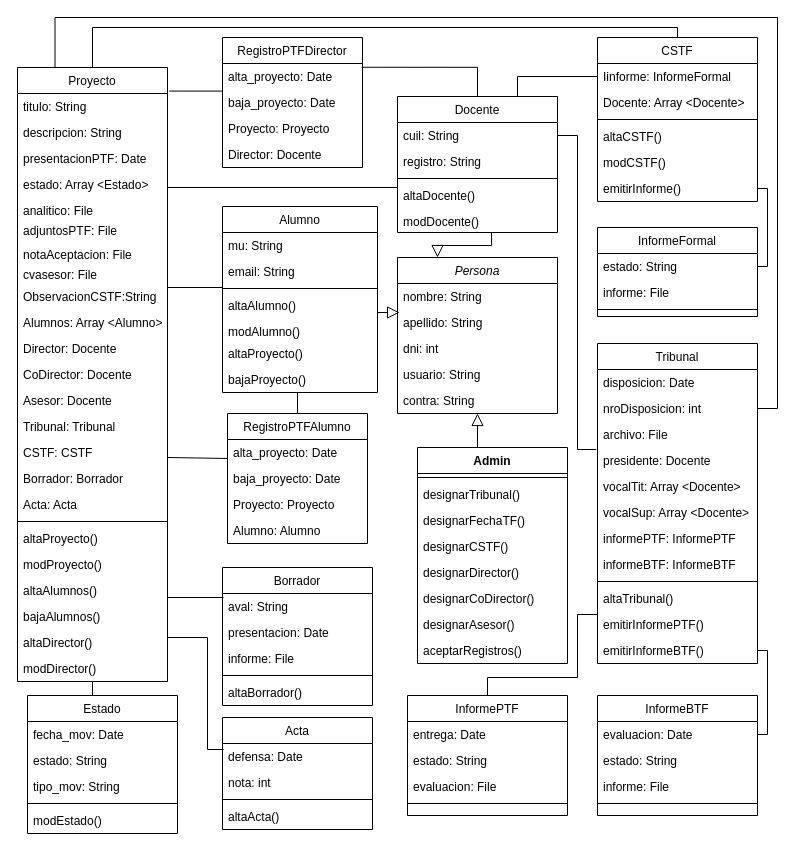
Earlier version of the draw.io diagram Diagrama sin título.drawio (marcosgomezok/LaboratorioP3). Source tidied: cells renumbered, new cells numbered last; positions are measured from the earlier drawing's top-left corner, leaving out a move shared by most shapes. Both pictures are drawn from the tidied source at 100%, with x=0, y=0 at pixel (17, 17).
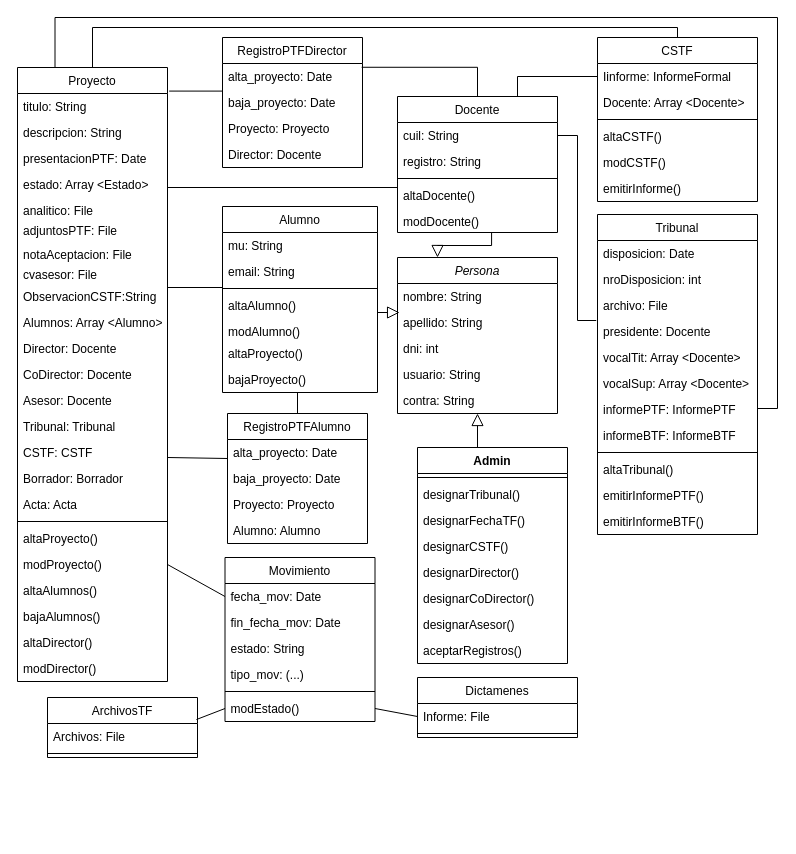
Above is the later version.

Unchanged cells that the change refers to:
```xml
<mxCell id="24" value="Proyecto" style="swimlane;fontStyle=0;align=center;verticalAlign=top;horizontal=1;startSize=26;rounded=0;shadow=0;strokeWidth=1;" parent="1" vertex="1">
  <mxGeometry y="50" width="150" height="614" as="geometry" />
</mxCell>
<mxCell id="44" value="modProyecto()" style="text;align=left;verticalAlign=top;spacingLeft=4;spacingRight=4;overflow=hidden;points=[[0,0.5],[1,0.5]];portConstraint=eastwest;" parent="24" vertex="1">
  <mxGeometry y="484" width="150" height="26" as="geometry" />
</mxCell>
<mxCell id="57" value="emitirInforme()" style="text;align=left;verticalAlign=top;spacingLeft=4;spacingRight=4;overflow=hidden;points=[[0,0.5],[1,0.5]];portConstraint=eastwest;" parent="51" vertex="1">
  <mxGeometry y="138" width="160" height="26" as="geometry" />
</mxCell>
<mxCell id="70" value="emitirInformeBTF()" style="text;align=left;verticalAlign=top;spacingLeft=4;spacingRight=4;overflow=hidden;points=[[0,0.5],[1,0.5]];portConstraint=eastwest;" parent="58" vertex="1">
  <mxGeometry y="294" width="160" height="26" as="geometry" />
</mxCell>
<mxCell id="125" value="fecha_mov: Date" style="text;align=left;verticalAlign=top;spacingLeft=4;spacingRight=4;overflow=hidden;points=[[0,0.5],[1,0.5]];portConstraint=eastwest;" parent="124" vertex="1">
  <mxGeometry y="26" width="150" height="26" as="geometry" />
</mxCell>
```

What changed in the source:
```diff
@@
     <mxCell id="58" value="Tribunal" style="swimlane;fontStyle=0;align=center;verticalAlign=top;horizontal=1;startSize=26;rounded=0;shadow=0;strokeWidth=1;" parent="1" vertex="1">
-      <mxGeometry x="580" y="326" width="160" height="320" as="geometry" />
+      <mxGeometry x="580" y="197" width="160" height="320" as="geometry" />
     </mxCell>
@@
-    <mxCell id="71" value="InformePTF" style="swimlane;fontStyle=0;align=center;verticalAlign=top;horizontal=1;startSize=26;rounded=0;shadow=0;strokeWidth=1;" parent="1" vertex="1">
-      <mxGeometry x="390" y="678" width="160" height="120" as="geometry" />
+    <mxCell id="71" value="Dictamenes" style="swimlane;fontStyle=0;align=center;verticalAlign=top;horizontal=1;startSize=26;rounded=0;shadow=0;strokeWidth=1;" parent="1" vertex="1">
+      <mxGeometry x="400" y="660" width="160" height="60" as="geometry" />
     </mxCell>
-    <mxCell id="72" value="entrega: Date" style="text;align=left;verticalAlign=top;spacingLeft=4;spacingRight=4;overflow=hidden;" parent="71" vertex="1">
-      <mxGeometry y="26" width="160" height="26" as="geometry" />
-    </mxCell>
-    <mxCell id="73" value="estado: String" style="text;align=left;verticalAlign=top;spacingLeft=4;spacingRight=4;overflow=hidden;" parent="71" vertex="1">
-      <mxGeometry y="52" width="160" height="26" as="geometry" />
-    </mxCell>
-    <mxCell id="74" value="evaluacion: File" style="text;align=left;verticalAlign=top;spacingLeft=4;spacingRight=4;overflow=hidden;points=[[0,0.5],[1,0.5]];portConstraint=eastwest;" parent="71" vertex="1">
-      <mxGeometry y="78" width="160" height="26" as="geometry" />
+    <mxCell id="74" value="Informe: File" style="text;align=left;verticalAlign=top;spacingLeft=4;spacingRight=4;overflow=hidden;points=[[0,0.5],[1,0.5]];portConstraint=eastwest;" parent="71" vertex="1">
+      <mxGeometry y="26" width="160" height="26" as="geometry" />
     </mxCell>
     <mxCell id="75" style="line;html=1;strokeWidth=1;align=left;verticalAlign=middle;spacingTop=-1;spacingLeft=3;spacingRight=3;labelPosition=right;" parent="71" vertex="1">
-      <mxGeometry y="104" width="160" height="8" as="geometry" />
+      <mxGeometry y="52" width="160" height="8" as="geometry" />
     </mxCell>
-    <mxCell id="76" value="InformeFormal" style="swimlane;fontStyle=0;align=center;verticalAlign=top;horizontal=1;startSize=26;rounded=0;shadow=0;strokeWidth=1;" parent="1" vertex="1">
-      <mxGeometry x="580" y="210" width="160" height="89" as="geometry" />
-    </mxCell>
-    <mxCell id="77" value="estado: String" style="text;align=left;verticalAlign=top;spacingLeft=4;spacingRight=4;overflow=hidden;points=[[0,0.5],[1,0.5]];portConstraint=eastwest;" parent="76" vertex="1">
-      <mxGeometry y="26" width="160" height="26" as="geometry" />
-    </mxCell>
-    <mxCell id="78" value="informe: File" style="text;align=left;verticalAlign=top;spacingLeft=4;spacingRight=4;overflow=hidden;" parent="76" vertex="1">
-      <mxGeometry y="52" width="160" height="26" as="geometry" />
-    </mxCell>
-    <mxCell id="79" style="line;html=1;strokeWidth=1;align=left;verticalAlign=middle;spacingTop=-1;spacingLeft=3;spacingRight=3;labelPosition=right;" parent="76" vertex="1">
-      <mxGeometry y="78" width="160" height="8" as="geometry" />
-    </mxCell>
@@
-    <mxCell id="86" value="InformeBTF" style="swimlane;fontStyle=0;align=center;verticalAlign=top;horizontal=1;startSize=26;rounded=0;shadow=0;strokeWidth=1;" parent="1" vertex="1">
-      <mxGeometry x="580" y="678" width="160" height="120" as="geometry" />
-    </mxCell>
-    <mxCell id="87" value="evaluacion: Date" style="text;align=left;verticalAlign=top;spacingLeft=4;spacingRight=4;overflow=hidden;points=[[0,0.5],[1,0.5]];portConstraint=eastwest;" parent="86" vertex="1">
-      <mxGeometry y="26" width="160" height="26" as="geometry" />
-    </mxCell>
-    <mxCell id="88" value="estado: String" style="text;align=left;verticalAlign=top;spacingLeft=4;spacingRight=4;overflow=hidden;" parent="86" vertex="1">
-      <mxGeometry y="52" width="160" height="26" as="geometry" />
-    </mxCell>
-    <mxCell id="89" value="informe: File" style="text;align=left;verticalAlign=top;spacingLeft=4;spacingRight=4;overflow=hidden;" parent="86" vertex="1">
-      <mxGeometry y="78" width="160" height="26" as="geometry" />
-    </mxCell>
-    <mxCell id="90" style="line;html=1;strokeWidth=1;align=left;verticalAlign=middle;spacingTop=-1;spacingLeft=3;spacingRight=3;labelPosition=right;" parent="86" vertex="1">
-      <mxGeometry y="104" width="160" height="8" as="geometry" />
-    </mxCell>
-    <mxCell id="91" style="endArrow=none;html=1;edgeStyle=orthogonalEdgeStyle;rounded=0;entryX=0.5;entryY=0;entryDx=0;entryDy=0;exitX=0;exitY=0.5;exitDx=0;exitDy=0;" parent="1" edge="1" source="70" target="71">
-      <mxGeometry relative="1" as="geometry">
-        <Array as="points">
-          <mxPoint x="560" y="597" />
-          <mxPoint x="560" y="660" />
-          <mxPoint x="470" y="660" />
-        </Array>
-      </mxGeometry>
-    </mxCell>
@@
-    <mxCell id="102" value="Acta" style="swimlane;fontStyle=0;align=center;verticalAlign=top;horizontal=1;startSize=26;rounded=0;shadow=0;strokeWidth=1;" parent="1" vertex="1">
-      <mxGeometry x="205" y="700" width="150" height="112" as="geometry" />
-    </mxCell>
-    <mxCell id="103" value="defensa: Date" style="text;align=left;verticalAlign=top;spacingLeft=4;spacingRight=4;overflow=hidden;points=[[0,0.5],[1,0.5]];portConstraint=eastwest;" parent="102" vertex="1">
-      <mxGeometry y="26" width="150" height="26" as="geometry" />
-    </mxCell>
-    <mxCell id="104" value="nota: int" style="text;align=left;verticalAlign=top;spacingLeft=4;spacingRight=4;overflow=hidden;" parent="102" vertex="1">
-      <mxGeometry y="52" width="150" height="26" as="geometry" />
-    </mxCell>
-    <mxCell id="105" style="line;html=1;strokeWidth=1;align=left;verticalAlign=middle;spacingTop=-1;spacingLeft=3;spacingRight=3;labelPosition=right;" parent="102" vertex="1">
-      <mxGeometry y="78" width="150" height="8" as="geometry" />
-    </mxCell>
-    <mxCell id="106" value="altaActa()" style="text;align=left;verticalAlign=top;spacingLeft=4;spacingRight=4;overflow=hidden;" parent="102" vertex="1">
-      <mxGeometry y="86" width="150" height="26" as="geometry" />
-    </mxCell>
-    <mxCell id="107" value="Borrador" style="swimlane;fontStyle=0;align=center;verticalAlign=top;horizontal=1;startSize=26;rounded=0;shadow=0;strokeWidth=1;" parent="1" vertex="1">
-      <mxGeometry x="205" y="550" width="150" height="138" as="geometry" />
+    <mxCell id="107" value="ArchivosTF" style="swimlane;fontStyle=0;align=center;verticalAlign=top;horizontal=1;startSize=26;rounded=0;shadow=0;strokeWidth=1;" parent="1" vertex="1">
+      <mxGeometry x="30" y="680" width="150" height="60" as="geometry" />
     </mxCell>
-    <mxCell id="108" value="aval: String" style="text;align=left;verticalAlign=top;spacingLeft=4;spacingRight=4;overflow=hidden;" parent="107" vertex="1">
+    <mxCell id="108" value="Archivos: File" style="text;align=left;verticalAlign=top;spacingLeft=4;spacingRight=4;overflow=hidden;" parent="107" vertex="1">
       <mxGeometry y="26" width="150" height="26" as="geometry" />
     </mxCell>
-    <mxCell id="109" value="presentacion: Date" style="text;align=left;verticalAlign=top;spacingLeft=4;spacingRight=4;overflow=hidden;" parent="107" vertex="1">
-      <mxGeometry y="52" width="150" height="26" as="geometry" />
-    </mxCell>
-    <mxCell id="110" value="informe: File" style="text;align=left;verticalAlign=top;spacingLeft=4;spacingRight=4;overflow=hidden;" parent="107" vertex="1">
-      <mxGeometry y="78" width="150" height="26" as="geometry" />
-    </mxCell>
     <mxCell id="111" style="line;html=1;strokeWidth=1;align=left;verticalAlign=middle;spacingTop=-1;spacingLeft=3;spacingRight=3;labelPosition=right;" parent="107" vertex="1">
-      <mxGeometry y="104" width="150" height="8" as="geometry" />
+      <mxGeometry y="52" width="150" height="8" as="geometry" />
     </mxCell>
-    <mxCell id="112" value="altaBorrador()" style="text;align=left;verticalAlign=top;spacingLeft=4;spacingRight=4;overflow=hidden;" parent="107" vertex="1">
-      <mxGeometry y="112" width="150" height="26" as="geometry" />
-    </mxCell>
-    <mxCell id="113" style="endArrow=none;html=1;edgeStyle=orthogonalEdgeStyle;rounded=0;" parent="1" edge="1">
-      <mxGeometry relative="1" as="geometry">
-        <mxPoint x="160" y="580" as="sourcePoint" />
-        <mxPoint x="206" y="580" as="targetPoint" />
-        <Array as="points">
-          <mxPoint x="150" y="580" />
-          <mxPoint x="206" y="580" />
-        </Array>
-      </mxGeometry>
-    </mxCell>
@@
-    <mxCell id="115" style="endArrow=none;html=1;edgeStyle=orthogonalEdgeStyle;rounded=0;entryX=0.007;entryY=0.231;entryDx=0;entryDy=0;entryPerimeter=0;" parent="1" edge="1" target="103">
-      <mxGeometry relative="1" as="geometry">
-        <mxPoint x="150" y="620" as="sourcePoint" />
-        <Array as="points">
-          <mxPoint x="190" y="620" />
-          <mxPoint x="190" y="732" />
-        </Array>
-      </mxGeometry>
-    </mxCell>
@@
-    <mxCell id="124" value="Estado" style="swimlane;fontStyle=0;align=center;verticalAlign=top;horizontal=1;startSize=26;rounded=0;shadow=0;strokeWidth=1;" parent="1" vertex="1">
-      <mxGeometry x="10" y="678" width="150" height="138" as="geometry" />
+    <mxCell id="124" value="Movimiento&#10;" style="swimlane;fontStyle=0;align=center;verticalAlign=top;horizontal=1;startSize=26;rounded=0;shadow=0;strokeWidth=1;" parent="1" vertex="1">
+      <mxGeometry x="207.5" y="540" width="150" height="164" as="geometry" />
     </mxCell>
@@
+    <mxCell id="136" value="fin_fecha_mov: Date" style="text;align=left;verticalAlign=top;spacingLeft=4;spacingRight=4;overflow=hidden;" parent="124" vertex="1">
+      <mxGeometry y="52" width="150" height="26" as="geometry" />
+    </mxCell>
     <mxCell id="126" value="estado: String" style="text;align=left;verticalAlign=top;spacingLeft=4;spacingRight=4;overflow=hidden;" parent="124" vertex="1">
-      <mxGeometry y="52" width="150" height="26" as="geometry" />
+      <mxGeometry y="78" width="150" height="26" as="geometry" />
     </mxCell>
-    <mxCell id="127" value="tipo_mov: String" style="text;align=left;verticalAlign=top;spacingLeft=4;spacingRight=4;overflow=hidden;" parent="124" vertex="1">
-      <mxGeometry y="78" width="150" height="26" as="geometry" />
+    <mxCell id="127" value="tipo_mov: (...)" style="text;align=left;verticalAlign=top;spacingLeft=4;spacingRight=4;overflow=hidden;" parent="124" vertex="1">
+      <mxGeometry y="104" width="150" height="26" as="geometry" />
     </mxCell>
     <mxCell id="128" style="line;html=1;strokeWidth=1;align=left;verticalAlign=middle;spacingTop=-1;spacingLeft=3;spacingRight=3;labelPosition=right;" parent="124" vertex="1">
-      <mxGeometry y="104" width="150" height="8" as="geometry" />
+      <mxGeometry y="130" width="150" height="8" as="geometry" />
     </mxCell>
     <mxCell id="129" value="modEstado()" style="text;align=left;verticalAlign=top;spacingLeft=4;spacingRight=4;overflow=hidden;points=[[0,0.5],[1,0.5]];portConstraint=eastwest;" parent="124" vertex="1">
-      <mxGeometry y="112" width="150" height="26" as="geometry" />
+      <mxGeometry y="138" width="150" height="26" as="geometry" />
     </mxCell>
-    <mxCell id="130" style="endArrow=none;html=1;edgeStyle=orthogonalEdgeStyle;rounded=0;exitX=0.5;exitY=0;exitDx=0;exitDy=0;entryX=0.5;entryY=1;entryDx=0;entryDy=0;" parent="1" edge="1" source="124" target="24">
-      <mxGeometry relative="1" as="geometry">
-        <Array as="points">
-          <mxPoint x="75" y="678" />
-        </Array>
-      </mxGeometry>
-    </mxCell>
@@
-    <mxCell id="132" style="endArrow=none;html=1;edgeStyle=orthogonalEdgeStyle;rounded=0;entryX=1;entryY=0.5;entryDx=0;entryDy=0;exitX=1;exitY=0.5;exitDx=0;exitDy=0;" parent="1" edge="1" source="77" target="57">
-      <mxGeometry relative="1" as="geometry" />
-    </mxCell>
-    <mxCell id="133" style="endArrow=none;html=1;edgeStyle=orthogonalEdgeStyle;rounded=0;exitX=1;exitY=0.5;exitDx=0;exitDy=0;entryX=1;entryY=0.5;entryDx=0;entryDy=0;" parent="1" edge="1" source="70" target="87">
-      <mxGeometry relative="1" as="geometry" />
-    </mxCell>
@@
+    <mxCell id="137" style="endArrow=none;html=1;rounded=0;exitX=0.993;exitY=0.367;exitDx=0;exitDy=0;exitPerimeter=0;entryX=0;entryY=0.5;entryDx=0;entryDy=0;" parent="1" edge="1" source="107" target="129">
+      <mxGeometry relative="1" as="geometry" />
+    </mxCell>
+    <mxCell id="138" style="endArrow=none;html=1;rounded=0;exitX=1;exitY=0.5;exitDx=0;exitDy=0;entryX=0;entryY=0.5;entryDx=0;entryDy=0;" parent="1" edge="1" source="129" target="74">
+      <mxGeometry relative="1" as="geometry" />
+    </mxCell>
+    <mxCell id="139" style="endArrow=none;html=1;rounded=0;exitX=1;exitY=0.5;exitDx=0;exitDy=0;entryX=0;entryY=0.5;entryDx=0;entryDy=0;" parent="1" edge="1" source="44" target="125">
+      <mxGeometry relative="1" as="geometry" />
+    </mxCell>
```
